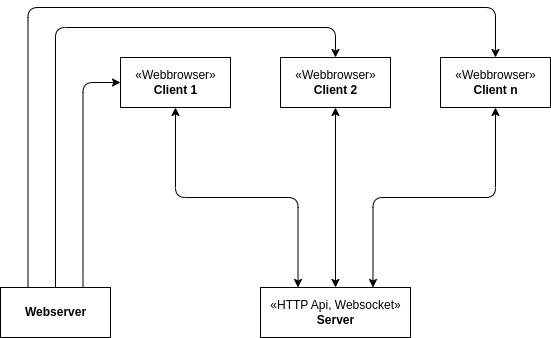
The draw.io diagram draw-io-files/spa-architecture.png in RStolzlechner/bachelor-y-redux-socket, before a commit. Source tidied: cells renumbered, new cells last; positions are measured from the earlier drawing's top-left corner, leaving out a move shared by most shapes.
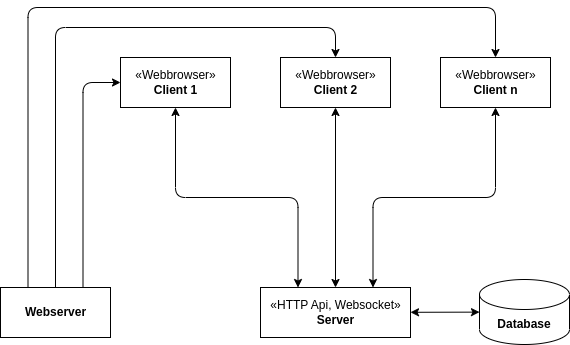
After the change.

Diff of the diagram source:
```diff
@@ -42,8 +42,14 @@
     <mxCell id="11" value="&lt;b&gt;Webserver&lt;/b&gt;" style="html=1;" parent="1" vertex="1">
       <mxGeometry y="280" width="110" height="50" as="geometry" />
     </mxCell>
+    <mxCell id="13" style="edgeStyle=none;html=1;startArrow=classic;startFill=1;" parent="1" edge="1" source="12" target="14">
+      <mxGeometry relative="1" as="geometry" />
+    </mxCell>
     <mxCell id="12" value="«HTTP Api, Websocket»&lt;br&gt;&lt;b&gt;Server&lt;/b&gt;" style="html=1;" parent="1" vertex="1">
       <mxGeometry x="260" y="280" width="150" height="50" as="geometry" />
     </mxCell>
+    <mxCell id="14" value="&lt;b&gt;Database&lt;/b&gt;" style="shape=cylinder3;whiteSpace=wrap;html=1;boundedLbl=1;backgroundOutline=1;size=15;" parent="1" vertex="1">
+      <mxGeometry x="479" y="272" width="90" height="65" as="geometry" />
+    </mxCell>
   </root>
 </mxGraphModel>
```
